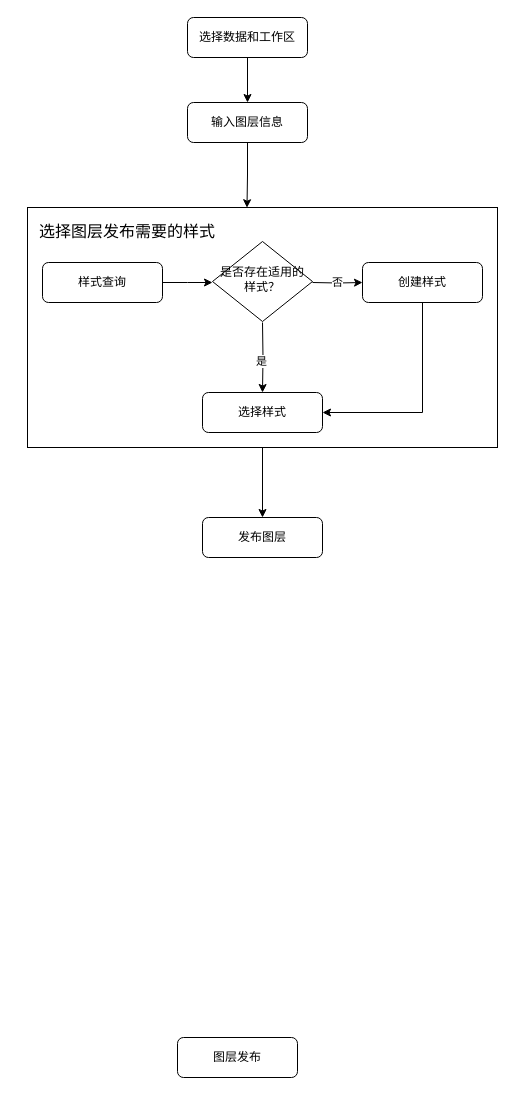
Before: Untitled Diagram.drawio in ninexy/SpringcloudConfig-1, a draw.io diagram. Source tidied: cells renumbered, new cells numbered last; positions are measured from the earlier drawing's top-left corner, leaving out a move shared by most shapes. Both pictures are drawn from the tidied source at 100%, with x=0, y=0 at pixel (17, 17).
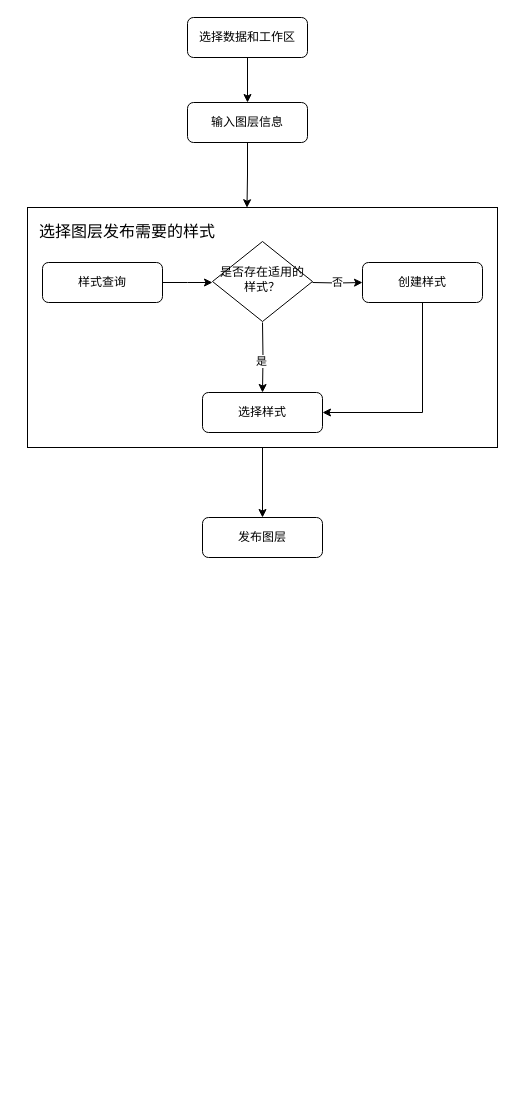
Above is the later version.

The edit, as a diff of the source:
```diff
@@
-    <mxCell id="6" value="图层发布" style="rounded=1;whiteSpace=wrap;html=1;fontSize=12;glass=0;strokeWidth=1;shadow=0;" parent="1" vertex="1">
-      <mxGeometry x="160" y="1020" width="120" height="40" as="geometry" />
-    </mxCell>
```
